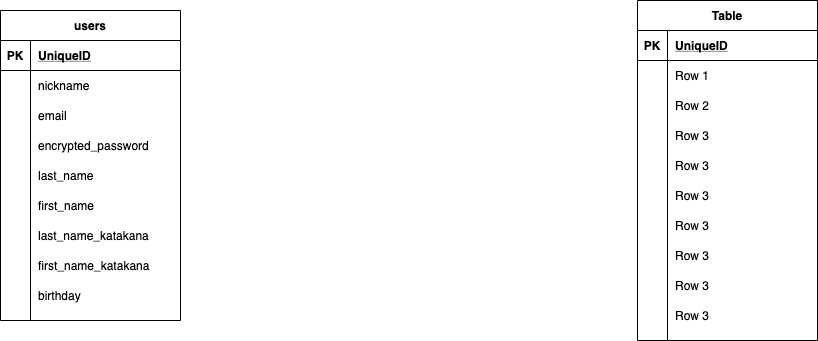
Above: public/furima.drawio.png in kurayoshi1976/furima-34499 (draw.io), before the change. Source tidied: cells renumbered, new cells last; positions are measured from the earlier drawing's top-left corner, leaving out a move shared by most shapes.
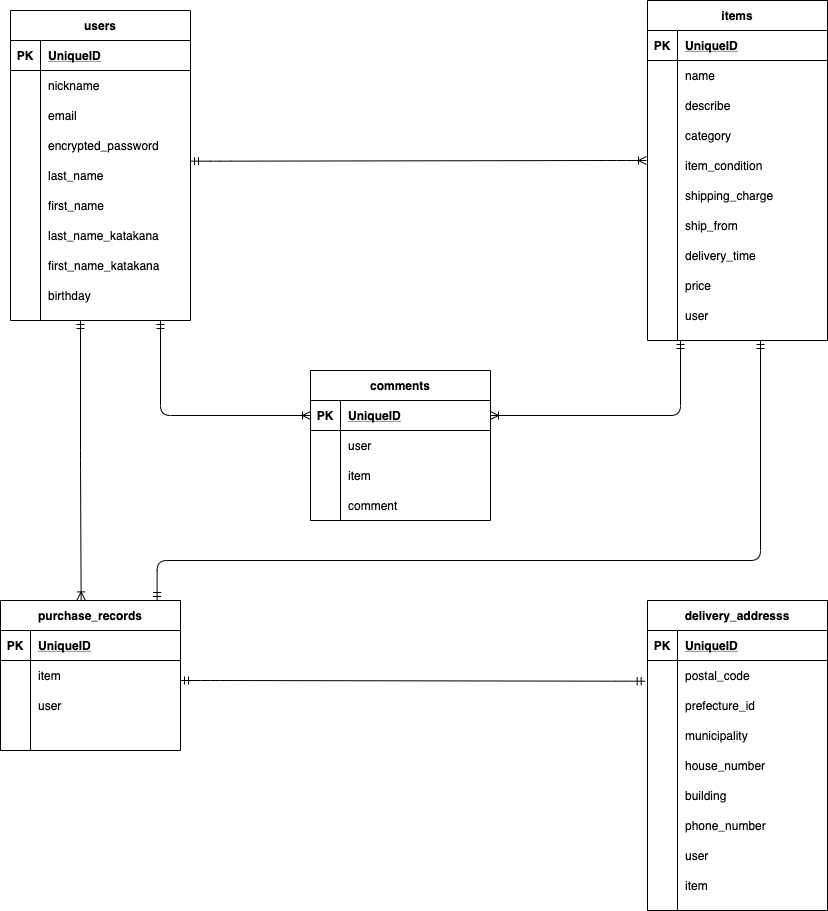
After the commit.

Commit message:
データベース設計修正#1

Diff of the diagram source:
```diff
@@ -86,7 +86,7 @@
     <mxCell id="29" value="birthday" style="shape=partialRectangle;fillColor=none;top=0;left=0;bottom=0;right=0;align=left;spacingLeft=6;overflow=hidden;" parent="27" vertex="1">
       <mxGeometry x="30" width="150" height="30" as="geometry" />
     </mxCell>
-    <mxCell id="30" value="Table" style="shape=table;startSize=30;rowLines=0;fontStyle=1;align=center;" parent="1" vertex="1">
+    <mxCell id="30" value="items" style="shape=table;startSize=30;rowLines=0;fontStyle=1;align=center;" parent="1" vertex="1">
       <mxGeometry x="637" width="180" height="340" as="geometry" />
     </mxCell>
     <mxCell id="31" style="shape=partialRectangle;fillColor=none;top=0;left=0;bottom=1;right=0;" parent="30" vertex="1">
@@ -104,7 +104,7 @@
     <mxCell id="35" style="shape=partialRectangle;fillColor=none;top=0;left=0;bottom=0;right=0;overflow=hidden;" parent="34" vertex="1">
       <mxGeometry width="30" height="30" as="geometry" />
     </mxCell>
-    <mxCell id="36" value="Row 1" style="shape=partialRectangle;fillColor=none;top=0;left=0;bottom=0;right=0;align=left;spacingLeft=6;overflow=hidden;" parent="34" vertex="1">
+    <mxCell id="36" value="name" style="shape=partialRectangle;fillColor=none;top=0;left=0;bottom=0;right=0;align=left;spacingLeft=6;overflow=hidden;" parent="34" vertex="1">
       <mxGeometry x="30" width="150" height="30" as="geometry" />
     </mxCell>
     <mxCell id="37" style="shape=partialRectangle;fillColor=none;top=0;left=0;bottom=0;right=0;" parent="30" vertex="1">
@@ -113,7 +113,7 @@
     <mxCell id="38" style="shape=partialRectangle;fillColor=none;top=0;left=0;bottom=0;right=0;overflow=hidden;" parent="37" vertex="1">
       <mxGeometry width="30" height="30" as="geometry" />
     </mxCell>
-    <mxCell id="39" value="Row 2" style="shape=partialRectangle;fillColor=none;top=0;left=0;bottom=0;right=0;align=left;spacingLeft=6;overflow=hidden;" parent="37" vertex="1">
+    <mxCell id="39" value="describe" style="shape=partialRectangle;fillColor=none;top=0;left=0;bottom=0;right=0;align=left;spacingLeft=6;overflow=hidden;" parent="37" vertex="1">
       <mxGeometry x="30" width="150" height="30" as="geometry" />
     </mxCell>
     <mxCell id="40" style="shape=partialRectangle;fillColor=none;top=0;left=0;bottom=0;right=0;" parent="30" vertex="1">
@@ -122,7 +122,7 @@
     <mxCell id="41" style="shape=partialRectangle;fillColor=none;top=0;left=0;bottom=0;right=0;overflow=hidden;" parent="40" vertex="1">
       <mxGeometry width="30" height="30" as="geometry" />
     </mxCell>
-    <mxCell id="42" value="Row 3" style="shape=partialRectangle;fillColor=none;top=0;left=0;bottom=0;right=0;align=left;spacingLeft=6;overflow=hidden;" parent="40" vertex="1">
+    <mxCell id="42" value="category" style="shape=partialRectangle;fillColor=none;top=0;left=0;bottom=0;right=0;align=left;spacingLeft=6;overflow=hidden;" parent="40" vertex="1">
       <mxGeometry x="30" width="150" height="30" as="geometry" />
     </mxCell>
     <mxCell id="43" style="shape=partialRectangle;fillColor=none;top=0;left=0;bottom=0;right=0;points=[[0,0.5],[1,0.5]];portConstraint=eastwest;" parent="30" vertex="1">
@@ -131,7 +131,7 @@
     <mxCell id="44" style="shape=partialRectangle;fillColor=none;top=0;left=0;bottom=0;right=0;overflow=hidden;" parent="43" vertex="1">
       <mxGeometry width="30" height="30" as="geometry" />
     </mxCell>
-    <mxCell id="45" value="Row 3" style="shape=partialRectangle;fillColor=none;top=0;left=0;bottom=0;right=0;align=left;spacingLeft=6;overflow=hidden;" parent="43" vertex="1">
+    <mxCell id="45" value="item_condition" style="shape=partialRectangle;fillColor=none;top=0;left=0;bottom=0;right=0;align=left;spacingLeft=6;overflow=hidden;" parent="43" vertex="1">
       <mxGeometry x="30" width="150" height="30" as="geometry" />
     </mxCell>
     <mxCell id="46" style="shape=partialRectangle;fillColor=none;top=0;left=0;bottom=0;right=0;" parent="30" vertex="1">
@@ -140,7 +140,7 @@
     <mxCell id="47" style="shape=partialRectangle;fillColor=none;top=0;left=0;bottom=0;right=0;overflow=hidden;" parent="46" vertex="1">
       <mxGeometry width="30" height="30" as="geometry" />
     </mxCell>
-    <mxCell id="48" value="Row 3" style="shape=partialRectangle;fillColor=none;top=0;left=0;bottom=0;right=0;align=left;spacingLeft=6;overflow=hidden;" parent="46" vertex="1">
+    <mxCell id="48" value="shipping_charge" style="shape=partialRectangle;fillColor=none;top=0;left=0;bottom=0;right=0;align=left;spacingLeft=6;overflow=hidden;" parent="46" vertex="1">
       <mxGeometry x="30" width="150" height="30" as="geometry" />
     </mxCell>
     <mxCell id="49" style="shape=partialRectangle;fillColor=none;top=0;left=0;bottom=0;right=0;" parent="30" vertex="1">
@@ -149,7 +149,7 @@
     <mxCell id="50" style="shape=partialRectangle;fillColor=none;top=0;left=0;bottom=0;right=0;overflow=hidden;" parent="49" vertex="1">
       <mxGeometry width="30" height="30" as="geometry" />
     </mxCell>
-    <mxCell id="51" value="Row 3" style="shape=partialRectangle;fillColor=none;top=0;left=0;bottom=0;right=0;align=left;spacingLeft=6;overflow=hidden;" parent="49" vertex="1">
+    <mxCell id="51" value="ship_from" style="shape=partialRectangle;fillColor=none;top=0;left=0;bottom=0;right=0;align=left;spacingLeft=6;overflow=hidden;" parent="49" vertex="1">
       <mxGeometry x="30" width="150" height="30" as="geometry" />
     </mxCell>
     <mxCell id="52" style="shape=partialRectangle;fillColor=none;top=0;left=0;bottom=0;right=0;" parent="30" vertex="1">
@@ -158,7 +158,7 @@
     <mxCell id="53" style="shape=partialRectangle;fillColor=none;top=0;left=0;bottom=0;right=0;overflow=hidden;" parent="52" vertex="1">
       <mxGeometry width="30" height="30" as="geometry" />
     </mxCell>
-    <mxCell id="54" value="Row 3" style="shape=partialRectangle;fillColor=none;top=0;left=0;bottom=0;right=0;align=left;spacingLeft=6;overflow=hidden;" parent="52" vertex="1">
+    <mxCell id="54" value="delivery_time" style="shape=partialRectangle;fillColor=none;top=0;left=0;bottom=0;right=0;align=left;spacingLeft=6;overflow=hidden;" parent="52" vertex="1">
       <mxGeometry x="30" width="150" height="30" as="geometry" />
     </mxCell>
     <mxCell id="55" style="shape=partialRectangle;fillColor=none;top=0;left=0;bottom=0;right=0;" parent="30" vertex="1">
@@ -167,7 +167,7 @@
     <mxCell id="56" style="shape=partialRectangle;fillColor=none;top=0;left=0;bottom=0;right=0;overflow=hidden;" parent="55" vertex="1">
       <mxGeometry width="30" height="30" as="geometry" />
     </mxCell>
-    <mxCell id="57" value="Row 3" style="shape=partialRectangle;fillColor=none;top=0;left=0;bottom=0;right=0;align=left;spacingLeft=6;overflow=hidden;" parent="55" vertex="1">
+    <mxCell id="57" value="price" style="shape=partialRectangle;fillColor=none;top=0;left=0;bottom=0;right=0;align=left;spacingLeft=6;overflow=hidden;" parent="55" vertex="1">
       <mxGeometry x="30" width="150" height="30" as="geometry" />
     </mxCell>
     <mxCell id="58" style="shape=partialRectangle;fillColor=none;top=0;left=0;bottom=0;right=0;" parent="30" vertex="1">
@@ -176,8 +176,202 @@
     <mxCell id="59" style="shape=partialRectangle;fillColor=none;top=0;left=0;bottom=0;right=0;overflow=hidden;" parent="58" vertex="1">
       <mxGeometry width="30" height="30" as="geometry" />
     </mxCell>
-    <mxCell id="60" value="Row 3" style="shape=partialRectangle;fillColor=none;top=0;left=0;bottom=0;right=0;align=left;spacingLeft=6;overflow=hidden;" parent="58" vertex="1">
+    <mxCell id="60" value="user" style="shape=partialRectangle;fillColor=none;top=0;left=0;bottom=0;right=0;align=left;spacingLeft=6;overflow=hidden;" parent="58" vertex="1">
       <mxGeometry x="30" width="150" height="30" as="geometry" />
     </mxCell>
+    <mxCell id="61" value="comments" style="shape=table;startSize=30;rowLines=0;fontStyle=1;align=center;" parent="1" vertex="1">
+      <mxGeometry x="300" y="370" width="180" height="150" as="geometry" />
+    </mxCell>
+    <mxCell id="62" style="shape=partialRectangle;fillColor=none;top=0;left=0;bottom=1;right=0;points=[[0,0.5],[1,0.5]];portConstraint=eastwest;" parent="61" vertex="1">
+      <mxGeometry y="30" width="180" height="30" as="geometry" />
+    </mxCell>
+    <mxCell id="63" value="PK" style="shape=partialRectangle;fillColor=none;top=0;left=0;bottom=0;right=0;fontStyle=1;overflow=hidden;" parent="62" vertex="1">
+      <mxGeometry width="30" height="30" as="geometry" />
+    </mxCell>
+    <mxCell id="64" value="UniqueID" style="shape=partialRectangle;fillColor=none;top=0;left=0;bottom=0;right=0;align=left;spacingLeft=6;fontStyle=5;overflow=hidden;" parent="62" vertex="1">
+      <mxGeometry x="30" width="150" height="30" as="geometry" />
+    </mxCell>
+    <mxCell id="65" style="shape=partialRectangle;fillColor=none;top=0;left=0;bottom=0;right=0;" parent="61" vertex="1">
+      <mxGeometry y="60" width="180" height="30" as="geometry" />
+    </mxCell>
+    <mxCell id="66" style="shape=partialRectangle;fillColor=none;top=0;left=0;bottom=0;right=0;overflow=hidden;" parent="65" vertex="1">
+      <mxGeometry width="30" height="30" as="geometry" />
+    </mxCell>
+    <mxCell id="67" value="user" style="shape=partialRectangle;fillColor=none;top=0;left=0;bottom=0;right=0;align=left;spacingLeft=6;overflow=hidden;" parent="65" vertex="1">
+      <mxGeometry x="30" width="150" height="30" as="geometry" />
+    </mxCell>
+    <mxCell id="68" style="shape=partialRectangle;fillColor=none;top=0;left=0;bottom=0;right=0;" parent="61" vertex="1">
+      <mxGeometry y="90" width="180" height="30" as="geometry" />
+    </mxCell>
+    <mxCell id="69" style="shape=partialRectangle;fillColor=none;top=0;left=0;bottom=0;right=0;overflow=hidden;" parent="68" vertex="1">
+      <mxGeometry width="30" height="30" as="geometry" />
+    </mxCell>
+    <mxCell id="70" value="item" style="shape=partialRectangle;fillColor=none;top=0;left=0;bottom=0;right=0;align=left;spacingLeft=6;overflow=hidden;" parent="68" vertex="1">
+      <mxGeometry x="30" width="150" height="30" as="geometry" />
+    </mxCell>
+    <mxCell id="71" style="shape=partialRectangle;fillColor=none;top=0;left=0;bottom=0;right=0;" parent="61" vertex="1">
+      <mxGeometry y="120" width="180" height="30" as="geometry" />
+    </mxCell>
+    <mxCell id="72" style="shape=partialRectangle;fillColor=none;top=0;left=0;bottom=0;right=0;overflow=hidden;" parent="71" vertex="1">
+      <mxGeometry width="30" height="30" as="geometry" />
+    </mxCell>
+    <mxCell id="73" value="comment" style="shape=partialRectangle;fillColor=none;top=0;left=0;bottom=0;right=0;align=left;spacingLeft=6;overflow=hidden;" parent="71" vertex="1">
+      <mxGeometry x="30" width="150" height="30" as="geometry" />
+    </mxCell>
+    <mxCell id="74" value="purchase_records" style="shape=table;startSize=30;rowLines=0;fontStyle=1;align=center;" parent="1" vertex="1">
+      <mxGeometry x="-10" y="600" width="180" height="150" as="geometry" />
+    </mxCell>
+    <mxCell id="75" style="shape=partialRectangle;fillColor=none;top=0;left=0;bottom=1;right=0;" parent="74" vertex="1">
+      <mxGeometry y="30" width="180" height="30" as="geometry" />
+    </mxCell>
+    <mxCell id="76" value="PK" style="shape=partialRectangle;fillColor=none;top=0;left=0;bottom=0;right=0;fontStyle=1;overflow=hidden;" parent="75" vertex="1">
+      <mxGeometry width="30" height="30" as="geometry" />
+    </mxCell>
+    <mxCell id="77" value="UniqueID" style="shape=partialRectangle;fillColor=none;top=0;left=0;bottom=0;right=0;align=left;spacingLeft=6;fontStyle=5;overflow=hidden;" parent="75" vertex="1">
+      <mxGeometry x="30" width="150" height="30" as="geometry" />
+    </mxCell>
+    <mxCell id="78" style="shape=partialRectangle;fillColor=none;top=0;left=0;bottom=0;right=0;" parent="74" vertex="1">
+      <mxGeometry y="60" width="180" height="30" as="geometry" />
+    </mxCell>
+    <mxCell id="79" style="shape=partialRectangle;fillColor=none;top=0;left=0;bottom=0;right=0;overflow=hidden;" parent="78" vertex="1">
+      <mxGeometry width="30" height="30" as="geometry" />
+    </mxCell>
+    <mxCell id="80" value="item" style="shape=partialRectangle;fillColor=none;top=0;left=0;bottom=0;right=0;align=left;spacingLeft=6;overflow=hidden;" parent="78" vertex="1">
+      <mxGeometry x="30" width="150" height="30" as="geometry" />
+    </mxCell>
+    <mxCell id="81" style="shape=partialRectangle;fillColor=none;top=0;left=0;bottom=0;right=0;" parent="74" vertex="1">
+      <mxGeometry y="90" width="180" height="30" as="geometry" />
+    </mxCell>
+    <mxCell id="82" style="shape=partialRectangle;fillColor=none;top=0;left=0;bottom=0;right=0;overflow=hidden;" parent="81" vertex="1">
+      <mxGeometry width="30" height="30" as="geometry" />
+    </mxCell>
+    <mxCell id="83" value="user" style="shape=partialRectangle;fillColor=none;top=0;left=0;bottom=0;right=0;align=left;spacingLeft=6;overflow=hidden;" parent="81" vertex="1">
+      <mxGeometry x="30" width="150" height="30" as="geometry" />
+    </mxCell>
+    <mxCell id="84" style="shape=partialRectangle;fillColor=none;top=0;left=0;bottom=0;right=0;" parent="74" vertex="1">
+      <mxGeometry y="120" width="180" height="30" as="geometry" />
+    </mxCell>
+    <mxCell id="85" style="shape=partialRectangle;fillColor=none;top=0;left=0;bottom=0;right=0;overflow=hidden;" parent="84" vertex="1">
+      <mxGeometry width="30" height="30" as="geometry" />
+    </mxCell>
+    <mxCell id="86" style="shape=partialRectangle;fillColor=none;top=0;left=0;bottom=0;right=0;align=left;spacingLeft=6;overflow=hidden;" parent="84" vertex="1">
+      <mxGeometry x="30" width="150" height="30" as="geometry" />
+    </mxCell>
+    <mxCell id="87" value="delivery_addresss" style="shape=table;startSize=30;rowLines=0;fontStyle=1;align=center;" parent="1" vertex="1">
+      <mxGeometry x="637" y="600" width="180" height="310" as="geometry" />
+    </mxCell>
+    <mxCell id="88" style="shape=partialRectangle;fillColor=none;top=0;left=0;bottom=1;right=0;" parent="87" vertex="1">
+      <mxGeometry y="30" width="180" height="30" as="geometry" />
+    </mxCell>
+    <mxCell id="89" value="PK" style="shape=partialRectangle;fillColor=none;top=0;left=0;bottom=0;right=0;fontStyle=1;overflow=hidden;" parent="88" vertex="1">
+      <mxGeometry width="30" height="30" as="geometry" />
+    </mxCell>
+    <mxCell id="90" value="UniqueID" style="shape=partialRectangle;fillColor=none;top=0;left=0;bottom=0;right=0;align=left;spacingLeft=6;fontStyle=5;overflow=hidden;" parent="88" vertex="1">
+      <mxGeometry x="30" width="150" height="30" as="geometry" />
+    </mxCell>
+    <mxCell id="91" style="shape=partialRectangle;fillColor=none;top=0;left=0;bottom=0;right=0;points=[[0,0.5],[1,0.5]];portConstraint=eastwest;" parent="87" vertex="1">
+      <mxGeometry y="60" width="180" height="30" as="geometry" />
+    </mxCell>
+    <mxCell id="92" style="shape=partialRectangle;fillColor=none;top=0;left=0;bottom=0;right=0;overflow=hidden;" parent="91" vertex="1">
+      <mxGeometry width="30" height="30" as="geometry" />
+    </mxCell>
+    <mxCell id="93" value="postal_code" style="shape=partialRectangle;fillColor=none;top=0;left=0;bottom=0;right=0;align=left;spacingLeft=6;overflow=hidden;" parent="91" vertex="1">
+      <mxGeometry x="30" width="150" height="30" as="geometry" />
+    </mxCell>
+    <mxCell id="94" style="shape=partialRectangle;fillColor=none;top=0;left=0;bottom=0;right=0;" parent="87" vertex="1">
+      <mxGeometry y="90" width="180" height="30" as="geometry" />
+    </mxCell>
+    <mxCell id="95" style="shape=partialRectangle;fillColor=none;top=0;left=0;bottom=0;right=0;overflow=hidden;" parent="94" vertex="1">
+      <mxGeometry width="30" height="30" as="geometry" />
+    </mxCell>
+    <mxCell id="96" value="prefecture_id" style="shape=partialRectangle;fillColor=none;top=0;left=0;bottom=0;right=0;align=left;spacingLeft=6;overflow=hidden;" parent="94" vertex="1">
+      <mxGeometry x="30" width="150" height="30" as="geometry" />
+    </mxCell>
+    <mxCell id="97" style="shape=partialRectangle;fillColor=none;top=0;left=0;bottom=0;right=0;" parent="87" vertex="1">
+      <mxGeometry y="120" width="180" height="30" as="geometry" />
+    </mxCell>
+    <mxCell id="98" style="shape=partialRectangle;fillColor=none;top=0;left=0;bottom=0;right=0;overflow=hidden;" parent="97" vertex="1">
+      <mxGeometry width="30" height="30" as="geometry" />
+    </mxCell>
+    <mxCell id="99" value="municipality" style="shape=partialRectangle;fillColor=none;top=0;left=0;bottom=0;right=0;align=left;spacingLeft=6;overflow=hidden;" parent="97" vertex="1">
+      <mxGeometry x="30" width="150" height="30" as="geometry" />
+    </mxCell>
+    <mxCell id="100" style="shape=partialRectangle;fillColor=none;top=0;left=0;bottom=0;right=0;" parent="87" vertex="1">
+      <mxGeometry y="150" width="180" height="30" as="geometry" />
+    </mxCell>
+    <mxCell id="101" style="shape=partialRectangle;fillColor=none;top=0;left=0;bottom=0;right=0;overflow=hidden;" parent="100" vertex="1">
+      <mxGeometry width="30" height="30" as="geometry" />
+    </mxCell>
+    <mxCell id="102" value="house_number" style="shape=partialRectangle;fillColor=none;top=0;left=0;bottom=0;right=0;align=left;spacingLeft=6;overflow=hidden;" parent="100" vertex="1">
+      <mxGeometry x="30" width="150" height="30" as="geometry" />
+    </mxCell>
+    <mxCell id="103" style="shape=partialRectangle;fillColor=none;top=0;left=0;bottom=0;right=0;" parent="87" vertex="1">
+      <mxGeometry y="180" width="180" height="30" as="geometry" />
+    </mxCell>
+    <mxCell id="104" style="shape=partialRectangle;fillColor=none;top=0;left=0;bottom=0;right=0;overflow=hidden;" parent="103" vertex="1">
+      <mxGeometry width="30" height="30" as="geometry" />
+    </mxCell>
+    <mxCell id="105" value="building" style="shape=partialRectangle;fillColor=none;top=0;left=0;bottom=0;right=0;align=left;spacingLeft=6;overflow=hidden;" parent="103" vertex="1">
+      <mxGeometry x="30" width="150" height="30" as="geometry" />
+    </mxCell>
+    <mxCell id="106" style="shape=partialRectangle;fillColor=none;top=0;left=0;bottom=0;right=0;" parent="87" vertex="1">
+      <mxGeometry y="210" width="180" height="30" as="geometry" />
+    </mxCell>
+    <mxCell id="107" style="shape=partialRectangle;fillColor=none;top=0;left=0;bottom=0;right=0;overflow=hidden;" parent="106" vertex="1">
+      <mxGeometry width="30" height="30" as="geometry" />
+    </mxCell>
+    <mxCell id="108" value="phone_number" style="shape=partialRectangle;fillColor=none;top=0;left=0;bottom=0;right=0;align=left;spacingLeft=6;overflow=hidden;" parent="106" vertex="1">
+      <mxGeometry x="30" width="150" height="30" as="geometry" />
+    </mxCell>
+    <mxCell id="109" style="shape=partialRectangle;fillColor=none;top=0;left=0;bottom=0;right=0;" parent="87" vertex="1">
+      <mxGeometry y="240" width="180" height="30" as="geometry" />
+    </mxCell>
+    <mxCell id="110" style="shape=partialRectangle;fillColor=none;top=0;left=0;bottom=0;right=0;overflow=hidden;" parent="109" vertex="1">
+      <mxGeometry width="30" height="30" as="geometry" />
+    </mxCell>
+    <mxCell id="111" value="user" style="shape=partialRectangle;fillColor=none;top=0;left=0;bottom=0;right=0;align=left;spacingLeft=6;overflow=hidden;" parent="109" vertex="1">
+      <mxGeometry x="30" width="150" height="30" as="geometry" />
+    </mxCell>
+    <mxCell id="112" style="shape=partialRectangle;fillColor=none;top=0;left=0;bottom=0;right=0;" parent="87" vertex="1">
+      <mxGeometry y="270" width="180" height="30" as="geometry" />
+    </mxCell>
+    <mxCell id="113" style="shape=partialRectangle;fillColor=none;top=0;left=0;bottom=0;right=0;overflow=hidden;" parent="112" vertex="1">
+      <mxGeometry width="30" height="30" as="geometry" />
+    </mxCell>
+    <mxCell id="114" value="item" style="shape=partialRectangle;fillColor=none;top=0;left=0;bottom=0;right=0;align=left;spacingLeft=6;overflow=hidden;" parent="112" vertex="1">
+      <mxGeometry x="30" width="150" height="30" as="geometry" />
+    </mxCell>
+    <mxCell id="115" style="edgeStyle=entityRelationEdgeStyle;fontSize=12;html=1;endArrow=ERmandOne;startArrow=ERmandOne;entryX=-0.013;entryY=0.689;entryDx=0;entryDy=0;entryPerimeter=0;" parent="1" edge="1" target="91">
+      <mxGeometry relative="1" as="geometry">
+        <mxPoint x="170" y="680" as="sourcePoint" />
+      </mxGeometry>
+    </mxCell>
+    <mxCell id="116" style="edgeStyle=orthogonalEdgeStyle;fontSize=12;html=1;endArrow=ERoneToMany;startArrow=ERmandOne;entryX=0;entryY=0.5;entryDx=0;entryDy=0;" parent="1" edge="1" target="62">
+      <mxGeometry relative="1" as="geometry">
+        <mxPoint x="150" y="320" as="sourcePoint" />
+      </mxGeometry>
+    </mxCell>
+    <mxCell id="117" style="edgeStyle=orthogonalEdgeStyle;fontSize=12;html=1;endArrow=ERoneToMany;startArrow=ERmandOne;entryX=1;entryY=0.5;entryDx=0;entryDy=0;" parent="1" edge="1" target="62">
+      <mxGeometry relative="1" as="geometry">
+        <mxPoint x="670" y="340" as="sourcePoint" />
+      </mxGeometry>
+    </mxCell>
+    <mxCell id="118" style="edgeStyle=entityRelationEdgeStyle;fontSize=12;html=1;endArrow=ERoneToMany;startArrow=ERmandOne;exitX=1;exitY=0.022;exitDx=0;exitDy=0;exitPerimeter=0;entryX=-0.006;entryY=0.333;entryDx=0;entryDy=0;entryPerimeter=0;" parent="1" edge="1" source="15" target="43">
+      <mxGeometry relative="1" as="geometry" />
+    </mxCell>
+    <mxCell id="119" style="edgeStyle=orthogonalEdgeStyle;fontSize=12;html=1;endArrow=ERoneToMany;startArrow=ERmandOne;entryX=0.448;entryY=-0.004;entryDx=0;entryDy=0;entryPerimeter=0;" parent="1" edge="1" target="74">
+      <mxGeometry relative="1" as="geometry">
+        <mxPoint x="70" y="320" as="sourcePoint" />
+      </mxGeometry>
+    </mxCell>
+    <mxCell id="120" style="edgeStyle=orthogonalEdgeStyle;fontSize=12;html=1;endArrow=ERmandOne;startArrow=ERmandOne;exitX=0.87;exitY=0;exitDx=0;exitDy=0;elbow=vertical;exitPerimeter=0;" parent="1" edge="1" source="74">
+      <mxGeometry relative="1" as="geometry">
+        <mxPoint x="750" y="340" as="targetPoint" />
+        <Array as="points">
+          <mxPoint x="147" y="560" />
+          <mxPoint x="750" y="560" />
+        </Array>
+      </mxGeometry>
+    </mxCell>
   </root>
 </mxGraphModel>
```
